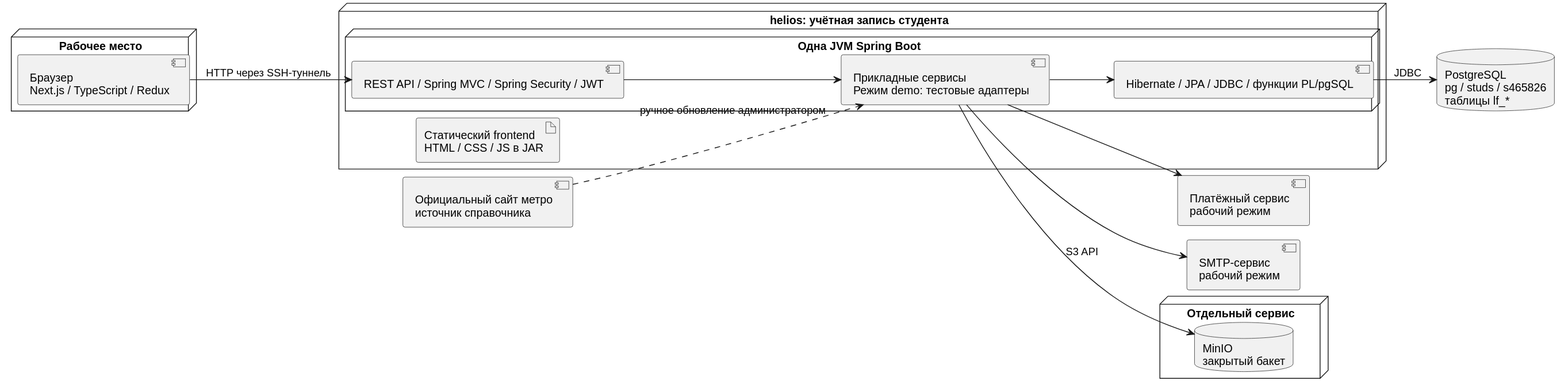
This is docs/part1/uml/04_architecture.svg from evgrart/Information-system-course-work, a PlantUML export, as it was before one commit.
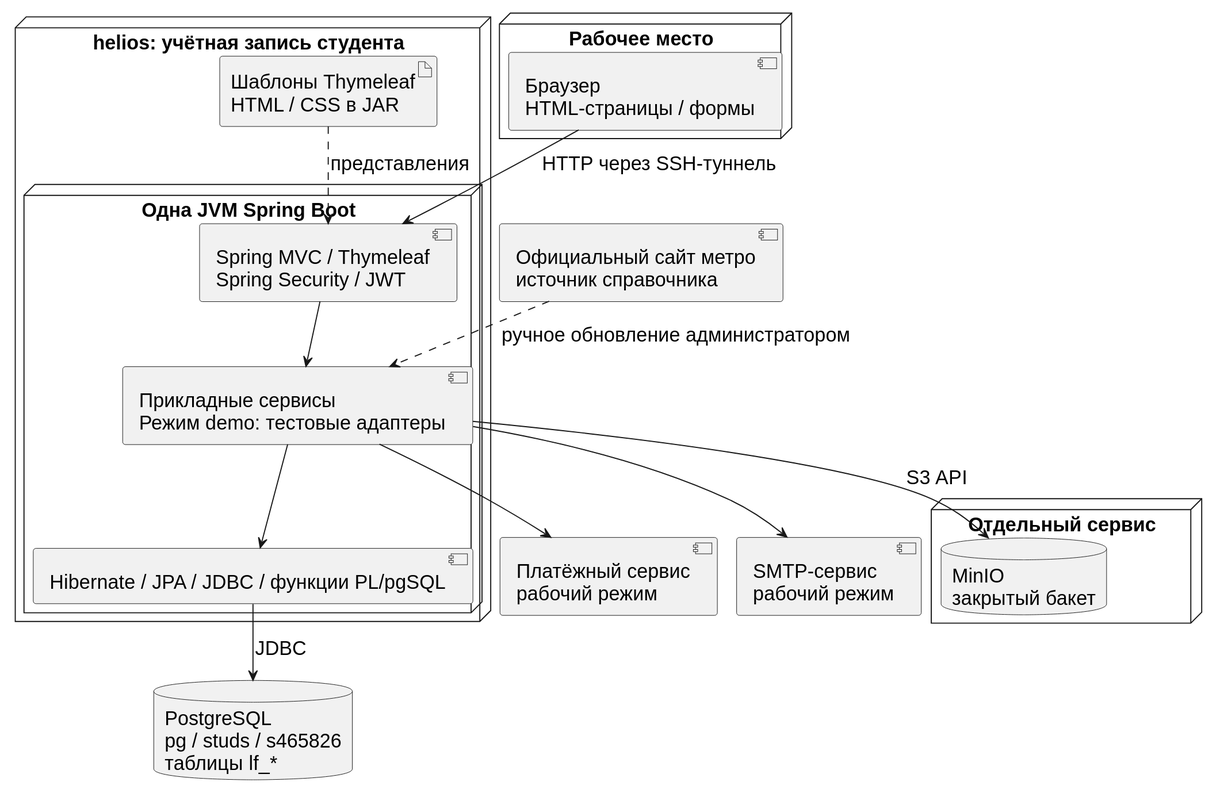
After the change.

Diff of the diagram source:
```diff
@@ -1,18 +1,20 @@
 @startuml
 !pragma layout smetana
-left to right direction
+top to bottom direction
+skinparam dpi 130
+skinparam defaultFontSize 18
 skinparam shadowing false
 skinparam defaultFontName Arial
 node "Рабочее место" {
-component "Браузер\nNext.js / TypeScript / Redux" as Browser
+component "Браузер\nHTML-страницы / формы" as Browser
 }
 node "helios: учётная запись студента" {
 node "Одна JVM Spring Boot" {
-component "REST API / Spring MVC / Spring Security / JWT" as Web
+component "Spring MVC / Thymeleaf\nSpring Security / JWT" as Web
 component "Прикладные сервисы\nРежим demo: тестовые адаптеры" as Services
 component "Hibernate / JPA / JDBC / функции PL/pgSQL" as Repo
 }
-artifact "Статический frontend\nHTML / CSS / JS в JAR" as Frontend
+artifact "Шаблоны Thymeleaf\nHTML / CSS в JAR" as Frontend
 }
 database "PostgreSQL\npg / studs / s465826\nтаблицы lf_*" as DB
 node "Отдельный сервис" {
@@ -23,6 +25,7 @@
 component "Официальный сайт метро\nисточник справочника" as Metro
 Browser --> Web : HTTP через SSH-туннель
 Web --> Services
+Frontend ..> Web : представления
 Services --> Repo
 Repo --> DB : JDBC
 Services --> Files : S3 API
```
